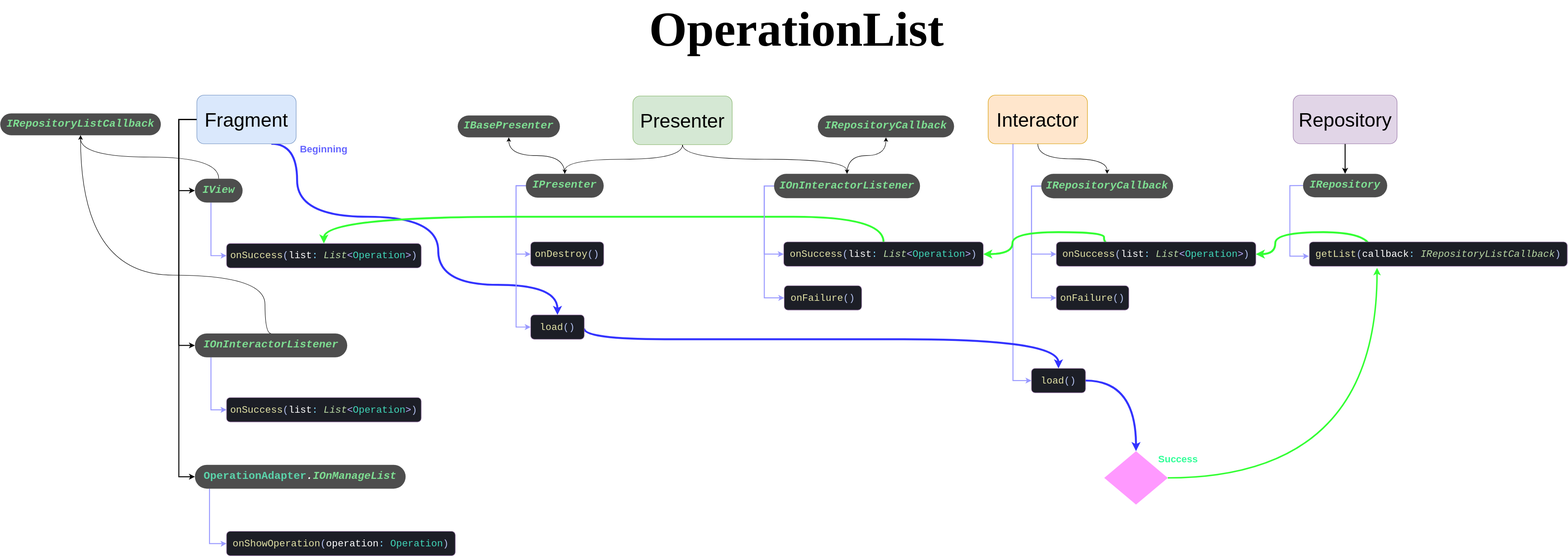
Before: MVP OperationList Scheme.svg, a diagram exported from draw.io (ElianFabian/android-mvp-calculator). Source tidied: cells renumbered, new cells last; positions are measured from the earlier drawing's top-left corner, leaving out a move shared by most shapes.
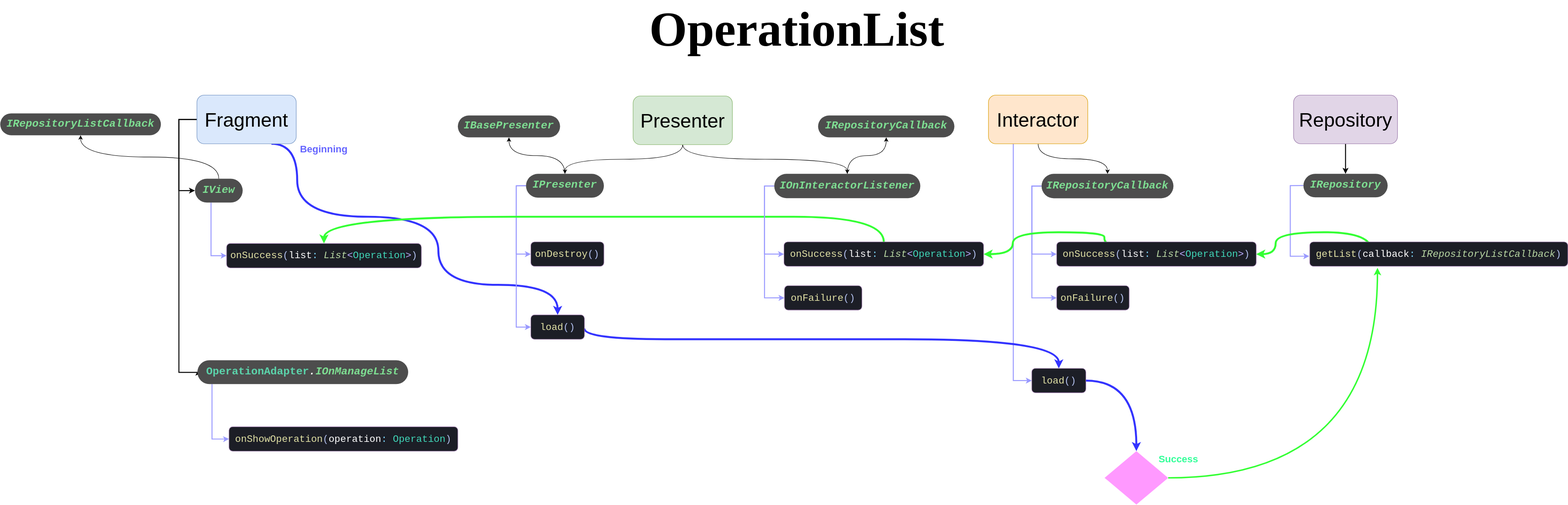
The same file after the commit.

The edit, as a diff of the source:
```diff
@@ -179,19 +179,12 @@
         </Array>
       </mxGeometry>
     </mxCell>
-    <mxCell id="44" style="edgeStyle=orthogonalEdgeStyle;rounded=0;jettySize=auto;html=1;entryX=0;entryY=0.5;entryDx=0;entryDy=0;strokeColor=#000000;strokeWidth=2;fontSize=20;" parent="1" edge="1" source="46" target="56">
-      <mxGeometry relative="1" as="geometry">
-        <Array as="points">
-          <mxPoint x="367" y="215" />
-          <mxPoint x="367" y="680" />
-        </Array>
-      </mxGeometry>
-    </mxCell>
     <mxCell id="45" style="edgeStyle=orthogonalEdgeStyle;rounded=0;jettySize=auto;html=1;exitX=0;exitY=0.5;exitDx=0;exitDy=0;entryX=0;entryY=0.5;entryDx=0;entryDy=0;strokeColor=#000000;strokeWidth=2;fontSize=20;" parent="1" edge="1" source="46" target="59">
       <mxGeometry relative="1" as="geometry">
         <Array as="points">
           <mxPoint x="367" y="215" />
-          <mxPoint x="367" y="950" />
+          <mxPoint x="367" y="735" />
+          <mxPoint x="405" y="735" />
         </Array>
       </mxGeometry>
     </mxCell>
@@ -219,41 +212,19 @@
     <mxCell id="53" value="&lt;b style=&quot;font-size: 20px&quot;&gt;&lt;font style=&quot;font-size: 20px&quot; color=&quot;#6666ff&quot;&gt;Beginning&lt;/font&gt;&lt;/b&gt;" style="text;html=1;strokeColor=none;fillColor=none;align=center;verticalAlign=middle;whiteSpace=wrap;rounded=0;shadow=0;glass=0;sketch=0;fontSize=20;" parent="1" vertex="1">
       <mxGeometry x="620" y="265" width="90" height="20" as="geometry" />
     </mxCell>
-    <mxCell id="54" style="edgeStyle=orthogonalEdgeStyle;rounded=0;jettySize=auto;html=1;strokeWidth=2;fontSize=20;strokeColor=#9999FF;entryX=0;entryY=0.5;entryDx=0;entryDy=0;" parent="1" edge="1" source="56" target="57">
-      <mxGeometry relative="1" as="geometry">
-        <Array as="points">
-          <mxPoint x="433" y="812" />
-          <mxPoint x="450" y="812" />
-        </Array>
-      </mxGeometry>
-    </mxCell>
-    <mxCell id="55" style="edgeStyle=orthogonalEdgeStyle;curved=1;rounded=0;jettySize=auto;html=1;exitX=0.5;exitY=0;exitDx=0;exitDy=0;entryX=0.5;entryY=1;entryDx=0;entryDy=0;strokeColor=#000000;strokeWidth=1;fontSize=20;" parent="1" edge="1" source="56" target="32">
-      <mxGeometry relative="1" as="geometry">
-        <Array as="points">
-          <mxPoint x="544" y="535" />
-          <mxPoint x="165" y="535" />
-        </Array>
-      </mxGeometry>
-    </mxCell>
-    <mxCell id="56" value="&lt;pre style=&quot;font-family: &amp;#34;jetbrains mono&amp;#34; , monospace ; font-size: 22px&quot;&gt;&lt;span style=&quot;font-style: italic ; font-size: 22px&quot;&gt;&lt;span style=&quot;font-size: 22px&quot;&gt;&lt;font style=&quot;font-size: 22px&quot;&gt;IOnInteractorListener&lt;/font&gt;&lt;/span&gt;&lt;/span&gt;&lt;/pre&gt;" style="rounded=1;whiteSpace=wrap;html=1;strokeWidth=1;arcSize=50;fontSize=22;fontColor=#7EDE92;fontStyle=1;strokeColor=none;fillColor=#4D4D4D;" parent="1" vertex="1">
-      <mxGeometry x="400" y="655" width="313" height="49" as="geometry" />
-    </mxCell>
-    <mxCell id="57" value="&lt;pre style=&quot;font-family: &amp;#34;jetbrains mono&amp;#34; , monospace&quot;&gt;&lt;pre style=&quot;background-color: #1c1e26 ; color: #b6c4f2 ; font-family: &amp;#34;jetbrains mono&amp;#34; , monospace ; font-size: 8 3pt&quot;&gt;&lt;pre style=&quot;font-family: &amp;#34;jetbrains mono&amp;#34; , monospace ; font-size: 20px&quot;&gt;&lt;pre style=&quot;font-family: &amp;#34;jetbrains mono&amp;#34; , monospace&quot;&gt;&lt;pre style=&quot;font-family: &amp;#34;jetbrains mono&amp;#34; , monospace&quot;&gt;&lt;span style=&quot;color: #e1e1a5&quot;&gt;onSuccess&lt;/span&gt;&lt;span style=&quot;color: #b4c2f0&quot;&gt;(&lt;/span&gt;&lt;span style=&quot;color: #ffffff&quot;&gt;list&lt;/span&gt;&lt;span style=&quot;color: #7fdaff&quot;&gt;: &lt;/span&gt;&lt;span style=&quot;color: #b8d7a3 ; font-style: italic&quot;&gt;List&lt;/span&gt;&lt;span style=&quot;color: #baacff&quot;&gt;&amp;lt;&lt;/span&gt;&lt;span style=&quot;color: #40d6b8&quot;&gt;Operation&lt;/span&gt;&lt;span style=&quot;color: #baacff&quot;&gt;&amp;gt;&lt;/span&gt;&lt;span style=&quot;color: #b4c2f0&quot;&gt;)&lt;/span&gt;&lt;/pre&gt;&lt;/pre&gt;&lt;/pre&gt;&lt;/pre&gt;&lt;/pre&gt;" style="rounded=1;whiteSpace=wrap;html=1;strokeColor=#9673a6;shadow=0;sketch=0;glass=0;fillColor=#1c1e26;" parent="1" vertex="1">
-      <mxGeometry x="465" y="786.8" width="400" height="50" as="geometry" />
-    </mxCell>
     <mxCell id="58" style="edgeStyle=orthogonalEdgeStyle;rounded=0;jettySize=auto;html=1;entryX=0;entryY=0.5;entryDx=0;entryDy=0;strokeWidth=2;fontSize=20;strokeColor=#9999FF;" parent="1" edge="1" source="59" target="60">
       <mxGeometry relative="1" as="geometry">
         <Array as="points">
-          <mxPoint x="430" y="1087" />
-          <mxPoint x="460" y="1087" />
+          <mxPoint x="435" y="872" />
+          <mxPoint x="465" y="872" />
         </Array>
       </mxGeometry>
     </mxCell>
     <mxCell id="59" value="&lt;pre style=&quot;font-family: &amp;#34;jetbrains mono&amp;#34; , monospace ; font-size: 22px&quot;&gt;&lt;font color=&quot;#5bd4ab&quot;&gt;OperationAdapter&lt;/font&gt;&lt;i&gt;&lt;font color=&quot;#ffffff&quot;&gt;.&lt;/font&gt;IOnManageList&lt;/i&gt;&lt;/pre&gt;" style="rounded=1;whiteSpace=wrap;html=1;strokeWidth=1;arcSize=50;fontSize=22;fontColor=#7EDE92;fontStyle=1;strokeColor=none;fillColor=#4D4D4D;" parent="1" vertex="1">
-      <mxGeometry x="400" y="925" width="433" height="49" as="geometry" />
+      <mxGeometry x="405" y="710" width="433" height="49" as="geometry" />
     </mxCell>
     <mxCell id="60" value="&lt;pre style=&quot;font-family: &amp;#34;jetbrains mono&amp;#34; , monospace&quot;&gt;&lt;pre style=&quot;background-color: #1c1e26 ; color: #b6c4f2 ; font-family: &amp;#34;jetbrains mono&amp;#34; , monospace ; font-size: 8 3pt&quot;&gt;&lt;pre style=&quot;font-family: &amp;#34;jetbrains mono&amp;#34; , monospace ; font-size: 20px&quot;&gt;&lt;pre style=&quot;font-family: &amp;#34;jetbrains mono&amp;#34; , monospace&quot;&gt;&lt;pre style=&quot;font-family: &amp;#34;jetbrains mono&amp;#34; , monospace&quot;&gt;&lt;pre style=&quot;font-family: &amp;#34;jetbrains mono&amp;#34; , monospace&quot;&gt;&lt;span style=&quot;color: #e1e1a5&quot;&gt;onShowOperation&lt;/span&gt;&lt;span style=&quot;color: #b4c2f0&quot;&gt;(&lt;/span&gt;&lt;span style=&quot;color: #ffffff&quot;&gt;operation&lt;/span&gt;&lt;span style=&quot;color: #7fdaff&quot;&gt;: &lt;/span&gt;&lt;span style=&quot;color: #40d6b8&quot;&gt;Operation&lt;/span&gt;&lt;span style=&quot;color: #b4c2f0&quot;&gt;)&lt;/span&gt;&lt;/pre&gt;&lt;/pre&gt;&lt;/pre&gt;&lt;/pre&gt;&lt;/pre&gt;&lt;/pre&gt;" style="rounded=1;whiteSpace=wrap;html=1;strokeColor=#9673a6;shadow=0;sketch=0;glass=0;fillColor=#1c1e26;" parent="1" vertex="1">
-      <mxGeometry x="465" y="1061.8" width="470" height="50" as="geometry" />
+      <mxGeometry x="470" y="846.8" width="470" height="50" as="geometry" />
     </mxCell>
   </root>
 </mxGraphModel>
```
